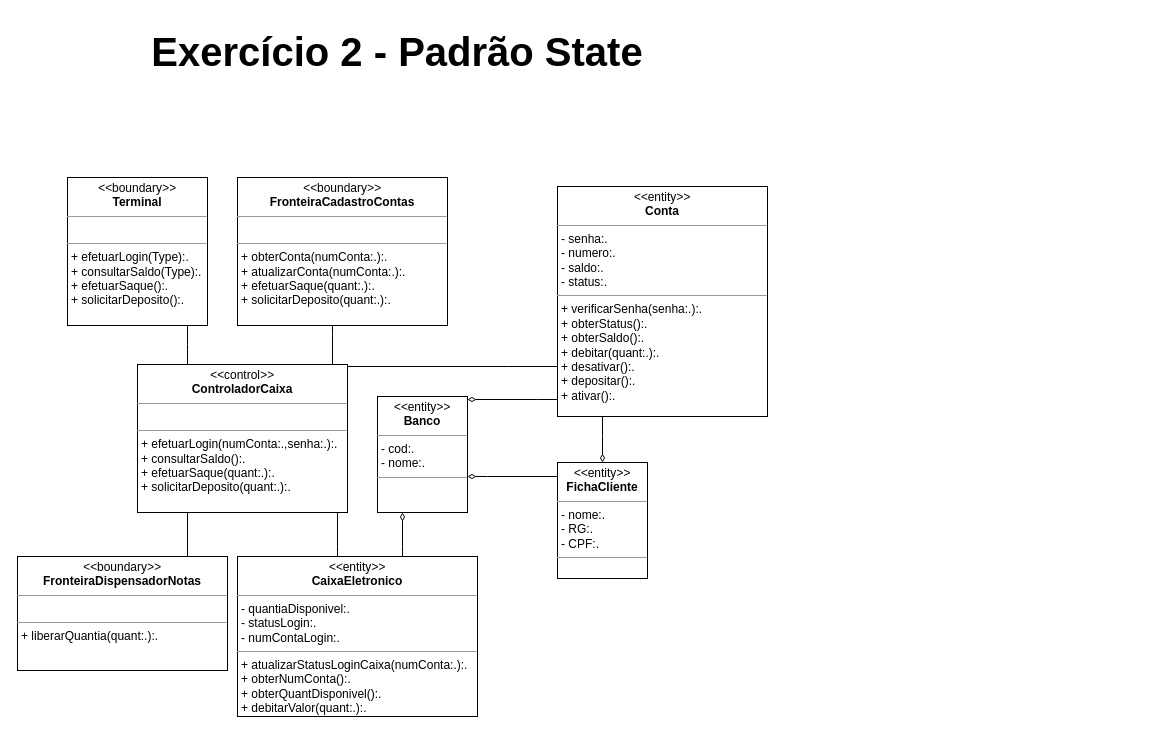
This is ATM_State.drawio from JorgeEduardoFOS/lista2MC426, a draw.io file, before an edit. Source tidied: cells renumbered, new cells numbered last; positions are measured from the earlier drawing's top-left corner, leaving out a move shared by most shapes. Both pictures are drawn from the tidied source at 100%, with x=0, y=0 at pixel (17, 17).
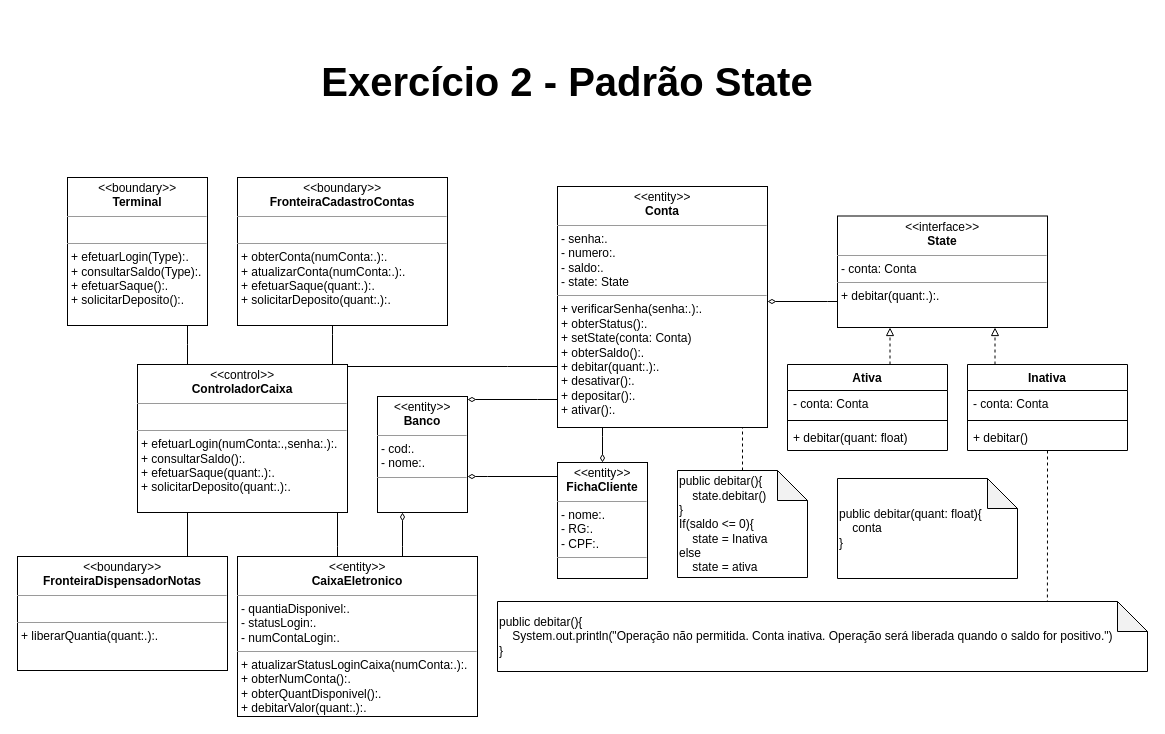
After the change.

Change to the diagram source:
```diff
@@
+    <mxCell id="20" style="edgeStyle=orthogonalEdgeStyle;rounded=0;jettySize=auto;html=1;endArrow=none;endFill=0;startArrow=diamondThin;startFill=0;" parent="1" edge="1" source="16" target="21">
+      <mxGeometry relative="1" as="geometry">
+        <Array as="points">
+          <mxPoint x="810" y="284" />
+          <mxPoint x="810" y="284" />
+        </Array>
+      </mxGeometry>
+    </mxCell>
-    <mxCell id="16" value="&lt;p style=&quot;margin:0px;margin-top:4px;text-align:center;&quot;&gt;&lt;i&gt;&amp;lt;&amp;lt;&lt;/i&gt;entity&lt;i&gt;&amp;gt;&amp;gt;&lt;/i&gt;&lt;br&gt;&lt;b&gt;Conta&lt;/b&gt;&lt;/p&gt;&lt;hr size=&quot;1&quot;&gt;&lt;p style=&quot;margin:0px;margin-left:4px;&quot;&gt;- senha:.&lt;/p&gt;&lt;p style=&quot;margin:0px;margin-left:4px;&quot;&gt;- numero:.&lt;/p&gt;&lt;p style=&quot;margin:0px;margin-left:4px;&quot;&gt;- saldo:.&lt;/p&gt;&lt;p style=&quot;margin:0px;margin-left:4px;&quot;&gt;- status:.&lt;/p&gt;&lt;hr size=&quot;1&quot;&gt;&lt;p style=&quot;margin:0px;margin-left:4px;&quot;&gt;+ verificarSenha(senha:.):.&lt;br&gt;+ obterStatus():.&lt;/p&gt;&lt;p style=&quot;margin:0px;margin-left:4px;&quot;&gt;+ obterSaldo():.&lt;/p&gt;&lt;p style=&quot;margin:0px;margin-left:4px;&quot;&gt;+ debitar(quant:.):.&lt;/p&gt;&lt;p style=&quot;margin:0px;margin-left:4px;&quot;&gt;+ desativar():.&lt;/p&gt;&lt;p style=&quot;margin:0px;margin-left:4px;&quot;&gt;+ depositar():.&lt;/p&gt;&lt;p style=&quot;margin:0px;margin-left:4px;&quot;&gt;+ ativar():.&lt;/p&gt;" style="verticalAlign=top;align=left;overflow=fill;fontSize=12;fontFamily=Helvetica;html=1;" parent="1" vertex="1">
-      <mxGeometry x="540" y="169" width="210" height="230" as="geometry" />
+    <mxCell id="16" value="&lt;p style=&quot;margin:0px;margin-top:4px;text-align:center;&quot;&gt;&lt;i&gt;&amp;lt;&amp;lt;&lt;/i&gt;entity&lt;i&gt;&amp;gt;&amp;gt;&lt;/i&gt;&lt;br&gt;&lt;b&gt;Conta&lt;/b&gt;&lt;/p&gt;&lt;hr size=&quot;1&quot;&gt;&lt;p style=&quot;margin:0px;margin-left:4px;&quot;&gt;- senha:.&lt;/p&gt;&lt;p style=&quot;margin:0px;margin-left:4px;&quot;&gt;- numero:.&lt;/p&gt;&lt;p style=&quot;margin:0px;margin-left:4px;&quot;&gt;- saldo:.&lt;/p&gt;&lt;p style=&quot;margin:0px;margin-left:4px;&quot;&gt;- state: State&lt;/p&gt;&lt;hr size=&quot;1&quot;&gt;&lt;p style=&quot;margin:0px;margin-left:4px;&quot;&gt;+ verificarSenha(senha:.):.&lt;br&gt;+ obterStatus():.&lt;/p&gt;&lt;p style=&quot;margin:0px;margin-left:4px;&quot;&gt;+ setState(conta: Conta)&lt;/p&gt;&lt;p style=&quot;margin:0px;margin-left:4px;&quot;&gt;+ obterSaldo():.&lt;/p&gt;&lt;p style=&quot;margin:0px;margin-left:4px;&quot;&gt;+ debitar(quant:.):.&lt;/p&gt;&lt;p style=&quot;margin:0px;margin-left:4px;&quot;&gt;+ desativar():.&lt;/p&gt;&lt;p style=&quot;margin:0px;margin-left:4px;&quot;&gt;+ depositar():.&lt;/p&gt;&lt;p style=&quot;margin:0px;margin-left:4px;&quot;&gt;+ ativar():.&lt;/p&gt;" style="verticalAlign=top;align=left;overflow=fill;fontSize=12;fontFamily=Helvetica;html=1;" parent="1" vertex="1">
+      <mxGeometry x="540" y="169" width="210" height="241" as="geometry" />
     </mxCell>
@@
     <mxCell id="19" value="Exercício 2 - Padrão State" style="text;align=center;fontStyle=1;verticalAlign=middle;spacingLeft=3;spacingRight=3;strokeColor=none;fontSize=40;labelBorderColor=none;fillColor=none;strokeWidth=0;" parent="1" vertex="1">
-      <mxGeometry x="120" width="520" height="60" as="geometry" />
+      <mxGeometry x="290" y="30" width="520" height="60" as="geometry" />
     </mxCell>
+    <mxCell id="21" value="&lt;p style=&quot;margin:0px;margin-top:4px;text-align:center;&quot;&gt;&lt;i&gt;&amp;lt;&amp;lt;&lt;/i&gt;interface&lt;i&gt;&amp;gt;&amp;gt;&lt;/i&gt;&lt;br&gt;&lt;b&gt;State&lt;/b&gt;&lt;/p&gt;&lt;hr size=&quot;1&quot;&gt;&lt;p style=&quot;margin:0px;margin-left:4px;&quot;&gt;- conta: Conta&lt;/p&gt;&lt;hr size=&quot;1&quot;&gt;&lt;p style=&quot;margin:0px;margin-left:4px;&quot;&gt;&lt;span style=&quot;background-color: initial;&quot;&gt;+ debitar(quant:.):.&lt;/span&gt;&lt;/p&gt;" style="verticalAlign=top;align=left;overflow=fill;fontSize=12;fontFamily=Helvetica;html=1;" parent="1" vertex="1">
+      <mxGeometry x="820" y="198.5" width="210" height="111.5" as="geometry" />
+    </mxCell>
+    <mxCell id="22" style="edgeStyle=orthogonalEdgeStyle;rounded=0;jettySize=auto;html=1;entryX=0.25;entryY=1;entryDx=0;entryDy=0;endArrow=block;endFill=0;dashed=1;" parent="1" edge="1" source="23" target="21">
+      <mxGeometry relative="1" as="geometry">
+        <Array as="points">
+          <mxPoint x="873" y="410" />
+          <mxPoint x="873" y="410" />
+        </Array>
+      </mxGeometry>
+    </mxCell>
+    <mxCell id="23" value="Ativa" style="swimlane;fontStyle=1;align=center;verticalAlign=top;horizontal=1;startSize=26;" parent="1" vertex="1">
+      <mxGeometry x="770" y="347" width="160" height="86" as="geometry" />
+    </mxCell>
+    <mxCell id="24" value="- conta: Conta" style="text;strokeColor=none;fillColor=none;align=left;verticalAlign=top;spacingLeft=4;spacingRight=4;overflow=hidden;" parent="23" vertex="1">
+      <mxGeometry y="26" width="160" height="26" as="geometry" />
+    </mxCell>
+    <mxCell id="25" style="line;strokeWidth=1;fillColor=none;align=left;verticalAlign=middle;spacingTop=-1;spacingLeft=3;spacingRight=3;labelPosition=right;" parent="23" vertex="1">
+      <mxGeometry y="52" width="160" height="8" as="geometry" />
+    </mxCell>
+    <mxCell id="26" value="+ debitar(quant: float)" style="text;strokeColor=none;fillColor=none;align=left;verticalAlign=top;spacingLeft=4;spacingRight=4;overflow=hidden;" parent="23" vertex="1">
+      <mxGeometry y="60" width="160" height="26" as="geometry" />
+    </mxCell>
+    <mxCell id="27" style="edgeStyle=orthogonalEdgeStyle;rounded=0;jettySize=auto;html=1;entryX=0.75;entryY=1;entryDx=0;entryDy=0;endArrow=block;endFill=0;dashed=1;" parent="1" edge="1" source="29" target="21">
+      <mxGeometry relative="1" as="geometry">
+        <Array as="points">
+          <mxPoint x="978" y="400" />
+          <mxPoint x="978" y="400" />
+        </Array>
+      </mxGeometry>
+    </mxCell>
+    <mxCell id="28" style="edgeStyle=orthogonalEdgeStyle;rounded=0;jettySize=auto;html=1;dashed=1;endArrow=none;endFill=0;entryX=0.846;entryY=-0.005;entryDx=0;entryDy=0;entryPerimeter=0;" parent="1" edge="1" source="29" target="33">
+      <mxGeometry relative="1" as="geometry" />
+    </mxCell>
+    <mxCell id="29" value="Inativa" style="swimlane;fontStyle=1;align=center;verticalAlign=top;horizontal=1;startSize=26;" parent="1" vertex="1">
+      <mxGeometry x="950" y="347" width="160" height="86" as="geometry" />
+    </mxCell>
+    <mxCell id="30" value="- conta: Conta" style="text;strokeColor=none;fillColor=none;align=left;verticalAlign=top;spacingLeft=4;spacingRight=4;overflow=hidden;" parent="29" vertex="1">
+      <mxGeometry y="26" width="160" height="26" as="geometry" />
+    </mxCell>
+    <mxCell id="31" style="line;strokeWidth=1;fillColor=none;align=left;verticalAlign=middle;spacingTop=-1;spacingLeft=3;spacingRight=3;labelPosition=right;" parent="29" vertex="1">
+      <mxGeometry y="52" width="160" height="8" as="geometry" />
+    </mxCell>
+    <mxCell id="32" value="+ debitar()" style="text;strokeColor=none;fillColor=none;align=left;verticalAlign=top;spacingLeft=4;spacingRight=4;overflow=hidden;" parent="29" vertex="1">
+      <mxGeometry y="60" width="160" height="26" as="geometry" />
+    </mxCell>
+    <mxCell id="33" value="public debitar(){&lt;br&gt;&amp;nbsp; &amp;nbsp; System.out.println(&quot;Operação não permitida. Conta inativa. Operação será liberada quando o saldo for positivo.&quot;)&lt;br&gt;}" style="shape=note;whiteSpace=wrap;html=1;backgroundOutline=1;darkOpacity=0.05;align=left;" parent="1" vertex="1">
+      <mxGeometry x="480" y="584" width="650" height="70" as="geometry" />
+    </mxCell>
+    <mxCell id="34" style="edgeStyle=orthogonalEdgeStyle;rounded=0;jettySize=auto;html=1;entryX=0.881;entryY=1;entryDx=0;entryDy=0;entryPerimeter=0;endArrow=none;endFill=0;dashed=1;" parent="1" edge="1" source="35" target="16">
+      <mxGeometry relative="1" as="geometry" />
+    </mxCell>
+    <mxCell id="35" value="public debitar(){&lt;br&gt;&amp;nbsp; &amp;nbsp; state.debitar()&lt;br&gt;}&lt;br&gt;If(saldo &amp;lt;= 0){&lt;br&gt;&amp;nbsp; &amp;nbsp; state = Inativa&lt;br&gt;else&lt;br&gt;&amp;nbsp; &amp;nbsp; state = ativa" style="shape=note;whiteSpace=wrap;html=1;backgroundOutline=1;darkOpacity=0.05;align=left;" parent="1" vertex="1">
+      <mxGeometry x="660" y="453" width="130" height="107" as="geometry" />
+    </mxCell>
+    <mxCell id="36" value="public debitar(quant: float){&lt;br&gt;&amp;nbsp; &amp;nbsp; conta&lt;br&gt;}" style="shape=note;whiteSpace=wrap;html=1;backgroundOutline=1;darkOpacity=0.05;align=left;" parent="1" vertex="1">
+      <mxGeometry x="820" y="461" width="180" height="100" as="geometry" />
+    </mxCell>
```
